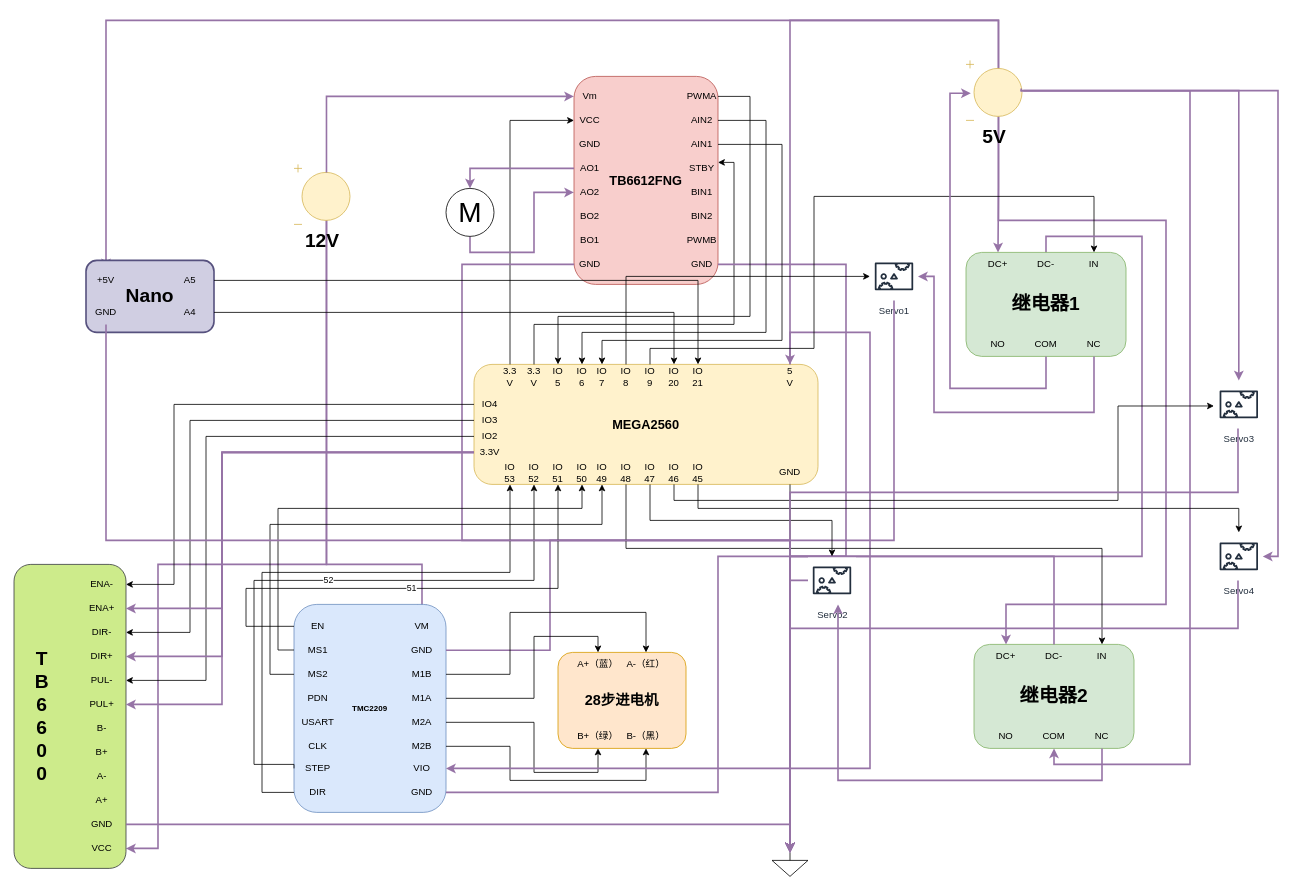
Earlier version of the draw.io diagram 电路图出纸.drawio (xinlanzi/Induisal-design). Source tidied: cells renumbered, new cells numbered last; positions are measured from the earlier drawing's top-left corner, leaving out a move shared by most shapes. Both pictures are drawn from the tidied source at 80%, with x=0, y=0 at pixel (14, 20).
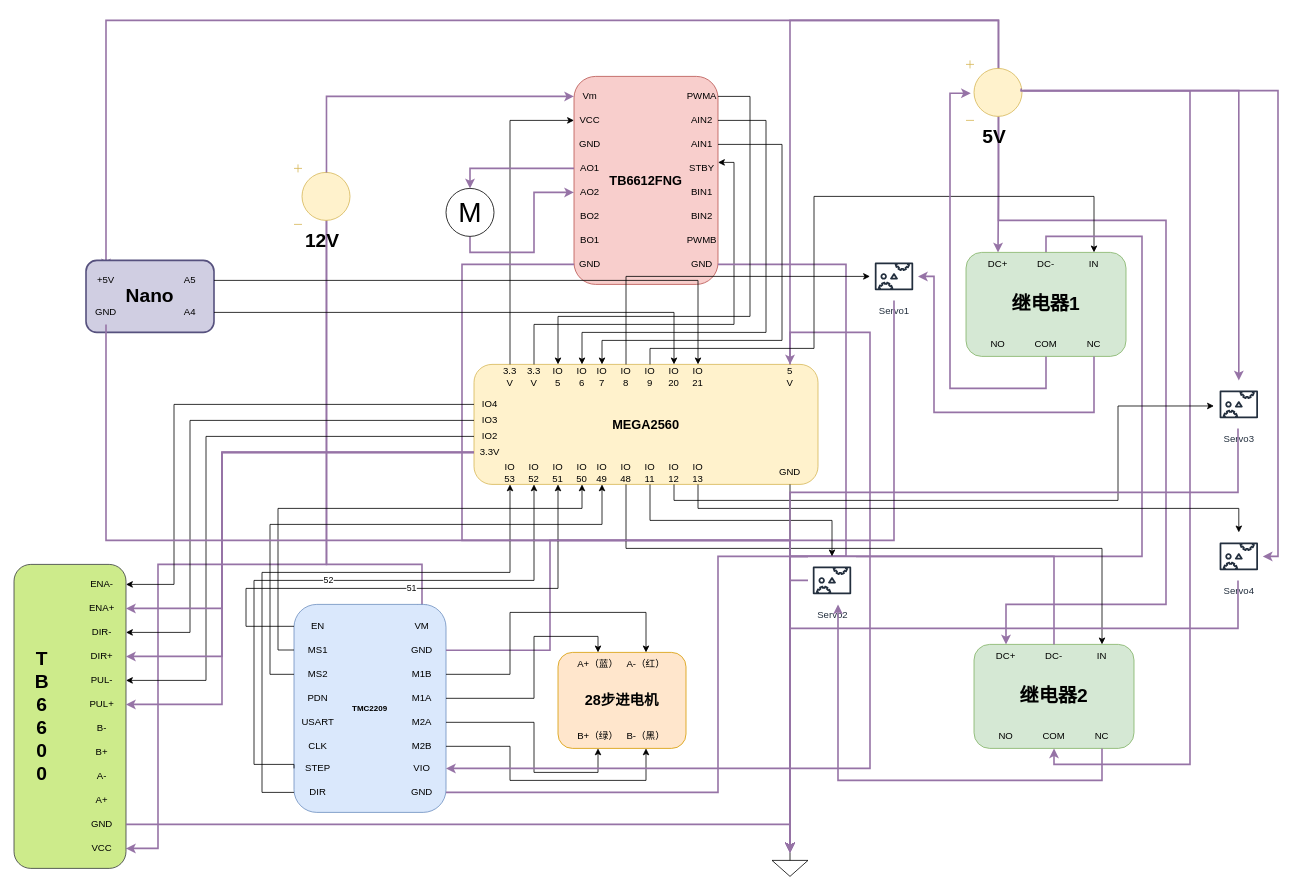
The same diagram, later.

Commit message (it also covers changes not shown here):
更新电路图出纸.drawio

Unchanged cells that the change refers to:
```xml
<mxCell id="24" style="group;" parent="1" vertex="1">
  <mxGeometry x="575" y="430" width="430" height="150" as="geometry" />
</mxCell>
```

What changed in the source:
```diff
@@
-    <mxCell id="41" value="IO&lt;div&gt;47&lt;/div&gt;" style="text;html=1;whiteSpace=wrap;strokeColor=none;fillColor=none;align=center;verticalAlign=middle;rounded=0;" parent="24" vertex="1">
+    <mxCell id="41" value="IO&lt;div&gt;11&lt;/div&gt;" style="text;html=1;whiteSpace=wrap;strokeColor=none;fillColor=none;align=center;verticalAlign=middle;rounded=0;" parent="24" vertex="1">
       <mxGeometry x="205" y="120" width="30" height="30" as="geometry" />
     </mxCell>
-    <mxCell id="42" value="IO&lt;div&gt;46&lt;/div&gt;" style="text;html=1;whiteSpace=wrap;strokeColor=none;fillColor=none;align=center;verticalAlign=middle;rounded=0;" parent="24" vertex="1">
+    <mxCell id="42" value="IO&lt;div&gt;12&lt;/div&gt;" style="text;html=1;whiteSpace=wrap;strokeColor=none;fillColor=none;align=center;verticalAlign=middle;rounded=0;" parent="24" vertex="1">
       <mxGeometry x="235" y="120" width="30" height="30" as="geometry" />
     </mxCell>
-    <mxCell id="43" value="IO&lt;div&gt;45&lt;/div&gt;" style="text;html=1;whiteSpace=wrap;strokeColor=none;fillColor=none;align=center;verticalAlign=middle;rounded=0;" parent="24" vertex="1">
+    <mxCell id="43" value="IO&lt;div&gt;13&lt;/div&gt;" style="text;html=1;whiteSpace=wrap;strokeColor=none;fillColor=none;align=center;verticalAlign=middle;rounded=0;" parent="24" vertex="1">
       <mxGeometry x="265" y="120" width="30" height="30" as="geometry" />
     </mxCell>
```
